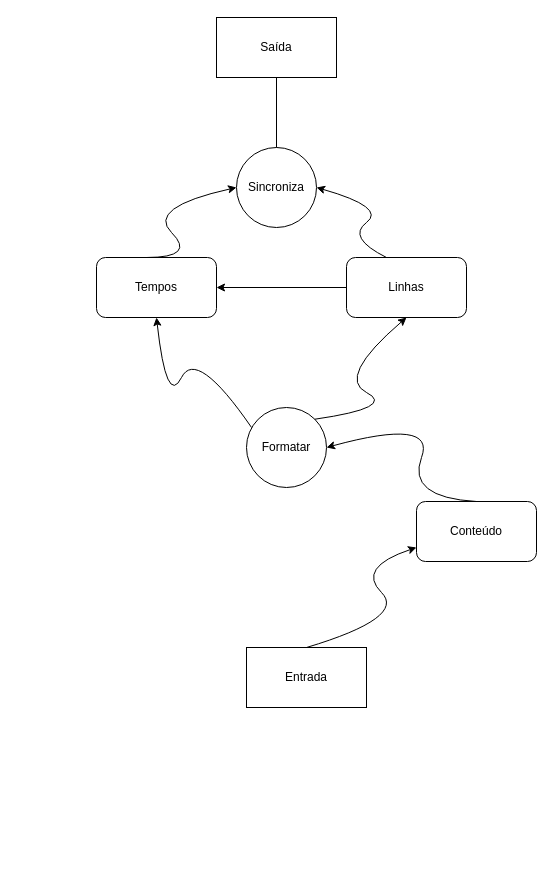
This is source/DFD.drawio from BeyondMagic/litteral, a draw.io file, before an edit. Source tidied: cells renumbered, new cells numbered last; positions are measured from the earlier drawing's top-left corner, leaving out a move shared by most shapes. Both pictures are drawn from the tidied source at 100%, with x=0, y=0 at pixel (96, 17).
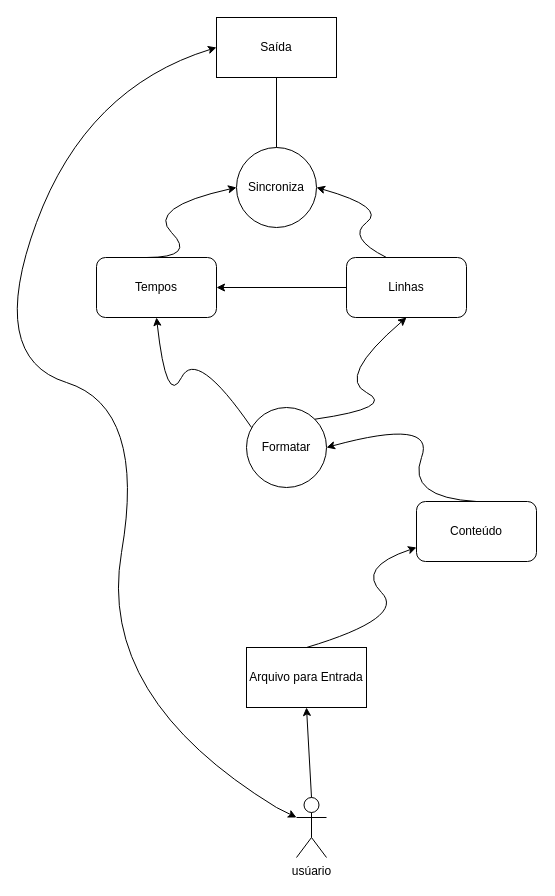
After the change.

Unchanged cells that the change refers to:
```xml
<mxCell id="11" value="Saída" style="rounded=0;whiteSpace=wrap;html=1;" parent="1" vertex="1">
  <mxGeometry x="120" width="120" height="60" as="geometry" />
</mxCell>
```

Diff of the diagram source:
```diff
@@
-    <mxCell id="2" value="Entrada" style="rounded=0;whiteSpace=wrap;html=1;" parent="1" vertex="1">
+    <mxCell id="2" value="Arquivo para Entrada" style="rounded=0;whiteSpace=wrap;html=1;" parent="1" vertex="1">
       <mxGeometry x="150" y="630" width="120" height="60" as="geometry" />
     </mxCell>
@@
+    <mxCell id="17" value="usúario" style="shape=umlActor;verticalLabelPosition=bottom;verticalAlign=top;html=1;outlineConnect=0;" parent="1" vertex="1">
+      <mxGeometry x="200" y="780" width="30" height="60" as="geometry" />
+    </mxCell>
+    <mxCell id="18" style="endArrow=classic;html=1;rounded=0;exitX=0.5;exitY=0;exitDx=0;exitDy=0;exitPerimeter=0;entryX=0.5;entryY=1;entryDx=0;entryDy=0;" parent="1" edge="1" source="17" target="2">
+      <mxGeometry relative="1" as="geometry" />
+    </mxCell>
+    <mxCell id="19" style="curved=1;endArrow=classic;html=1;rounded=0;entryX=0;entryY=0.5;entryDx=0;entryDy=0;" parent="1" edge="1" target="11">
+      <mxGeometry relative="1" as="geometry">
+        <mxPoint x="180" y="790" as="sourcePoint" />
+        <Array as="points">
+          <mxPoint y="680" />
+          <mxPoint x="50" y="390" />
+          <mxPoint x="-110" y="340" />
+          <mxPoint x="-10" y="70" />
+        </Array>
+      </mxGeometry>
+    </mxCell>
+    <mxCell id="20" style="endArrow=classic;html=1;rounded=0;entryX=0;entryY=0.3333333333333333;entryDx=0;entryDy=0;entryPerimeter=0;" parent="1" edge="1" target="17">
+      <mxGeometry relative="1" as="geometry">
+        <mxPoint x="180" y="790" as="sourcePoint" />
+      </mxGeometry>
+    </mxCell>
```
